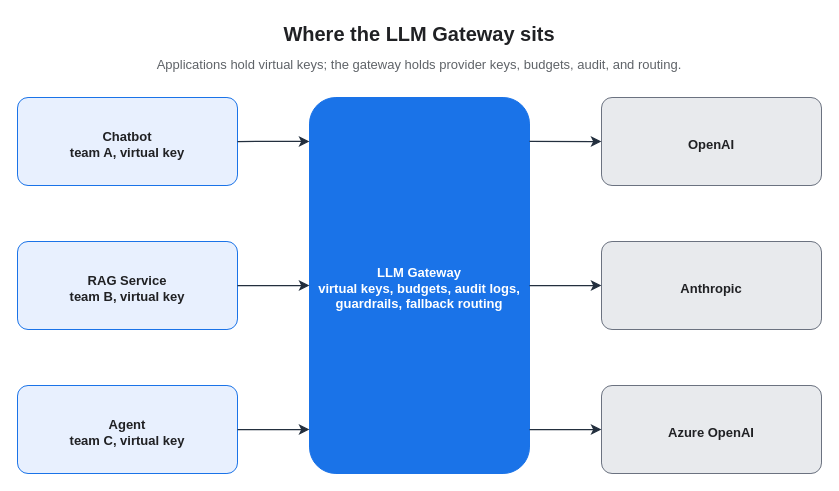
Above: assets/img/ai/llm-gateway-position.drawio in KKamJi98/kkamji98.github.io (draw.io), before the change. Source tidied: cells renumbered, new cells numbered last; positions are measured from the earlier drawing's top-left corner, leaving out a move shared by most shapes. Both pictures are drawn from the tidied source at 100%, with x=0, y=0 at pixel (17, 17).
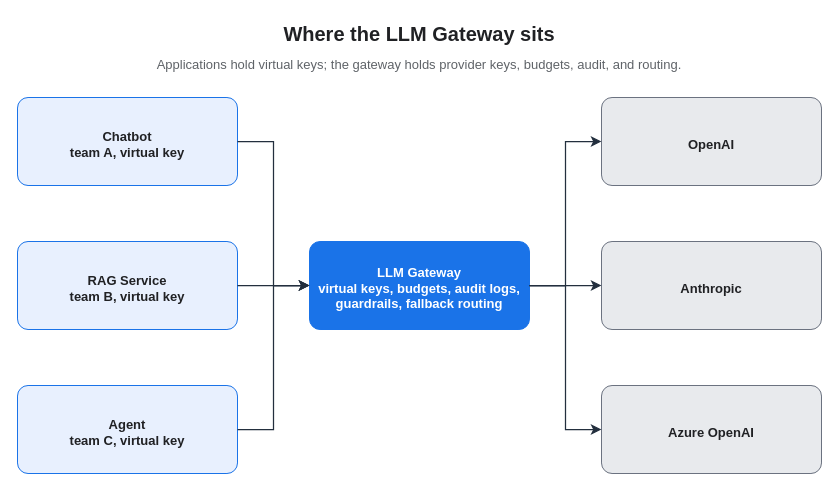
The same page after the edit.

Commit message (it also covers changes not shown here):
diagram: restore trunk-fork fan-out per house edge rules

Unchanged cells that the change refers to:
```xml
<mxCell id="4" value="Chatbot&#10;team A, virtual key" style="rounded=1;whiteSpace=wrap;html=0;arcSize=12;fillColor=#E8F0FE;strokeColor=#1A73E8;fontColor=#202124;fontSize=13;fontStyle=1;align=center;verticalAlign=middle;spacingTop=6;spacingLeft=6;spacingRight=6;" parent="1" vertex="1">
  <mxGeometry y="80" width="220" height="88" as="geometry" />
</mxCell>
<mxCell id="5" value="RAG Service&#10;team B, virtual key" style="rounded=1;whiteSpace=wrap;html=0;arcSize=12;fillColor=#E8F0FE;strokeColor=#1A73E8;fontColor=#202124;fontSize=13;fontStyle=1;align=center;verticalAlign=middle;spacingTop=6;spacingLeft=6;spacingRight=6;" parent="1" vertex="1">
  <mxGeometry y="224" width="220" height="88" as="geometry" />
</mxCell>
<mxCell id="6" value="Agent&#10;team C, virtual key" style="rounded=1;whiteSpace=wrap;html=0;arcSize=12;fillColor=#E8F0FE;strokeColor=#1A73E8;fontColor=#202124;fontSize=13;fontStyle=1;align=center;verticalAlign=middle;spacingTop=6;spacingLeft=6;spacingRight=6;" parent="1" vertex="1">
  <mxGeometry y="368" width="220" height="88" as="geometry" />
</mxCell>
<mxCell id="8" value="OpenAI" style="rounded=1;whiteSpace=wrap;html=0;arcSize=12;fillColor=#E8EAED;strokeColor=#6B7280;fontColor=#202124;fontSize=13;fontStyle=1;align=center;verticalAlign=middle;spacingTop=6;spacingLeft=6;spacingRight=6;" parent="1" vertex="1">
  <mxGeometry x="584" y="80" width="220" height="88" as="geometry" />
</mxCell>
<mxCell id="9" value="Anthropic" style="rounded=1;whiteSpace=wrap;html=0;arcSize=12;fillColor=#E8EAED;strokeColor=#6B7280;fontColor=#202124;fontSize=13;fontStyle=1;align=center;verticalAlign=middle;spacingTop=6;spacingLeft=6;spacingRight=6;" parent="1" vertex="1">
  <mxGeometry x="584" y="224" width="220" height="88" as="geometry" />
</mxCell>
<mxCell id="10" value="Azure OpenAI" style="rounded=1;whiteSpace=wrap;html=0;arcSize=12;fillColor=#E8EAED;strokeColor=#6B7280;fontColor=#202124;fontSize=13;fontStyle=1;align=center;verticalAlign=middle;spacingTop=6;spacingLeft=6;spacingRight=6;" parent="1" vertex="1">
  <mxGeometry x="584" y="368" width="220" height="88" as="geometry" />
</mxCell>
```

What changed in the source:
```diff
@@
     <mxCell id="7" value="LLM Gateway&#10;virtual keys, budgets, audit logs, guardrails, fallback routing" style="rounded=1;whiteSpace=wrap;html=0;arcSize=12;fillColor=#1A73E8;strokeColor=#1A73E8;fontColor=#FFFFFF;fontSize=13;fontStyle=1;align=center;verticalAlign=middle;spacingTop=6;spacingLeft=6;spacingRight=6;" parent="1" vertex="1">
-      <mxGeometry x="292" y="80" width="220" height="376" as="geometry" />
+      <mxGeometry x="292" y="224" width="220" height="88" as="geometry" />
     </mxCell>
@@
-    <mxCell id="11" style="rounded=0;html=0;strokeColor=#232F3E;strokeWidth=1.25;endArrow=classic;endFill=1;endSize=7;fontSize=11;fontColor=#202124;labelBackgroundColor=none;exitX=1;exitY=0.5;entryX=0;entryY=0.117;exitDx=0;exitDy=0;entryDx=0;entryDy=0;" parent="1" edge="1" source="4" target="7">
-      <mxGeometry relative="1" as="geometry" />
+    <mxCell id="11" style="edgeStyle=orthogonalEdgeStyle;rounded=0;html=0;strokeColor=#232F3E;strokeWidth=1.25;endArrow=classic;endFill=1;endSize=7;fontSize=11;fontColor=#202124;labelBackgroundColor=none;exitX=1;exitY=0.5;entryX=0;entryY=0.5;exitDx=0;exitDy=0;entryDx=0;entryDy=0;" parent="1" edge="1" source="4" target="7">
+      <mxGeometry relative="1" as="geometry">
+        <Array as="points">
+          <mxPoint x="256" y="124" />
+          <mxPoint x="256" y="268" />
+        </Array>
+      </mxGeometry>
     </mxCell>
-    <mxCell id="12" style="rounded=0;html=0;strokeColor=#232F3E;strokeWidth=1.25;endArrow=classic;endFill=1;endSize=7;fontSize=11;fontColor=#202124;labelBackgroundColor=none;exitX=1;exitY=0.5;entryX=0;entryY=0.5;exitDx=0;exitDy=0;entryDx=0;entryDy=0;" parent="1" edge="1" source="5" target="7">
+    <mxCell id="12" style="edgeStyle=orthogonalEdgeStyle;rounded=0;html=0;strokeColor=#232F3E;strokeWidth=1.25;endArrow=classic;endFill=1;endSize=7;fontSize=11;fontColor=#202124;labelBackgroundColor=none;exitX=1;exitY=0.5;entryX=0;entryY=0.5;exitDx=0;exitDy=0;entryDx=0;entryDy=0;" parent="1" edge="1" source="5" target="7">
       <mxGeometry relative="1" as="geometry" />
     </mxCell>
-    <mxCell id="13" style="rounded=0;html=0;strokeColor=#232F3E;strokeWidth=1.25;endArrow=classic;endFill=1;endSize=7;fontSize=11;fontColor=#202124;labelBackgroundColor=none;exitX=1;exitY=0.5;entryX=0;entryY=0.883;exitDx=0;exitDy=0;entryDx=0;entryDy=0;" parent="1" edge="1" source="6" target="7">
-      <mxGeometry relative="1" as="geometry" />
+    <mxCell id="13" style="edgeStyle=orthogonalEdgeStyle;rounded=0;html=0;strokeColor=#232F3E;strokeWidth=1.25;endArrow=classic;endFill=1;endSize=7;fontSize=11;fontColor=#202124;labelBackgroundColor=none;exitX=1;exitY=0.5;entryX=0;entryY=0.5;exitDx=0;exitDy=0;entryDx=0;entryDy=0;" parent="1" edge="1" source="6" target="7">
+      <mxGeometry relative="1" as="geometry">
+        <Array as="points">
+          <mxPoint x="256" y="412" />
+          <mxPoint x="256" y="268" />
+        </Array>
+      </mxGeometry>
     </mxCell>
-    <mxCell id="14" style="rounded=0;html=0;strokeColor=#232F3E;strokeWidth=1.25;endArrow=classic;endFill=1;endSize=7;fontSize=11;fontColor=#202124;labelBackgroundColor=none;exitX=1;exitY=0.117;entryX=0;entryY=0.5;exitDx=0;exitDy=0;entryDx=0;entryDy=0;" parent="1" edge="1" source="7" target="8">
-      <mxGeometry relative="1" as="geometry" />
+    <mxCell id="14" style="edgeStyle=orthogonalEdgeStyle;rounded=0;html=0;strokeColor=#232F3E;strokeWidth=1.25;endArrow=classic;endFill=1;endSize=7;fontSize=11;fontColor=#202124;labelBackgroundColor=none;exitX=1;exitY=0.5;entryX=0;entryY=0.5;exitDx=0;exitDy=0;entryDx=0;entryDy=0;" parent="1" edge="1" source="7" target="8">
+      <mxGeometry relative="1" as="geometry">
+        <Array as="points">
+          <mxPoint x="548" y="268" />
+          <mxPoint x="548" y="124" />
+        </Array>
+      </mxGeometry>
     </mxCell>
-    <mxCell id="15" style="rounded=0;html=0;strokeColor=#232F3E;strokeWidth=1.25;endArrow=classic;endFill=1;endSize=7;fontSize=11;fontColor=#202124;labelBackgroundColor=none;exitX=1;exitY=0.5;entryX=0;entryY=0.5;exitDx=0;exitDy=0;entryDx=0;entryDy=0;" parent="1" edge="1" source="7" target="9">
+    <mxCell id="15" style="edgeStyle=orthogonalEdgeStyle;rounded=0;html=0;strokeColor=#232F3E;strokeWidth=1.25;endArrow=classic;endFill=1;endSize=7;fontSize=11;fontColor=#202124;labelBackgroundColor=none;exitX=1;exitY=0.5;entryX=0;entryY=0.5;exitDx=0;exitDy=0;entryDx=0;entryDy=0;" parent="1" edge="1" source="7" target="9">
       <mxGeometry relative="1" as="geometry" />
     </mxCell>
-    <mxCell id="16" style="rounded=0;html=0;strokeColor=#232F3E;strokeWidth=1.25;endArrow=classic;endFill=1;endSize=7;fontSize=11;fontColor=#202124;labelBackgroundColor=none;exitX=1;exitY=0.883;entryX=0;entryY=0.5;exitDx=0;exitDy=0;entryDx=0;entryDy=0;" parent="1" edge="1" source="7" target="10">
-      <mxGeometry relative="1" as="geometry" />
+    <mxCell id="16" style="edgeStyle=orthogonalEdgeStyle;rounded=0;html=0;strokeColor=#232F3E;strokeWidth=1.25;endArrow=classic;endFill=1;endSize=7;fontSize=11;fontColor=#202124;labelBackgroundColor=none;exitX=1;exitY=0.5;entryX=0;entryY=0.5;exitDx=0;exitDy=0;entryDx=0;entryDy=0;" parent="1" edge="1" source="7" target="10">
+      <mxGeometry relative="1" as="geometry">
+        <Array as="points">
+          <mxPoint x="548" y="268" />
+          <mxPoint x="548" y="412" />
+        </Array>
+      </mxGeometry>
     </mxCell>
```
